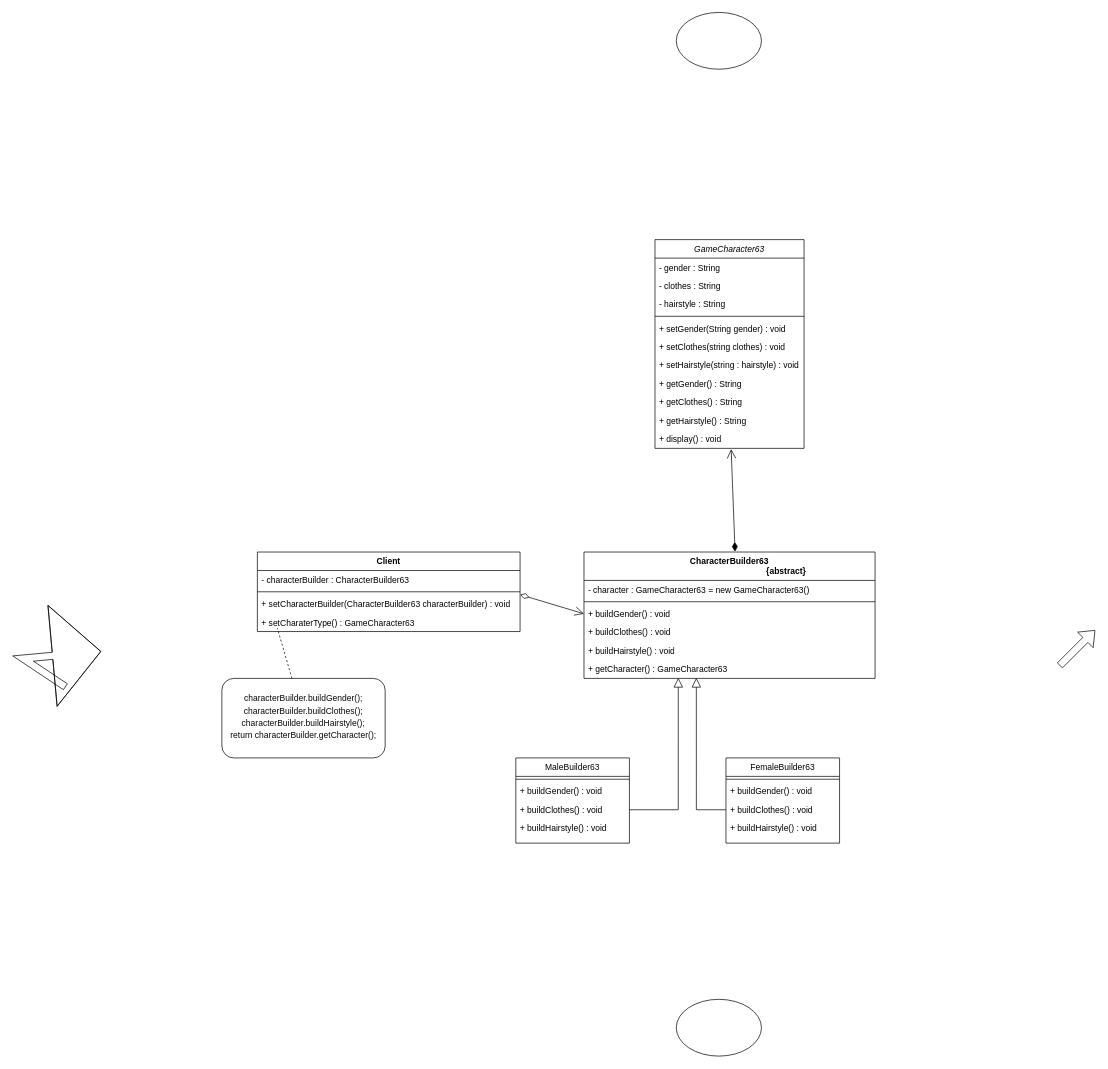
Earlier version of the draw.io diagram page "Page-1" (1 of 5) of 123.drawio (MyBozai/Java). Source tidied: cells renumbered, new cells numbered last; positions are measured from the earlier drawing's top-left corner, leaving out a move shared by most shapes. Both pictures are drawn from the tidied source at 71%, with x=0, y=0 at pixel (23, 12).
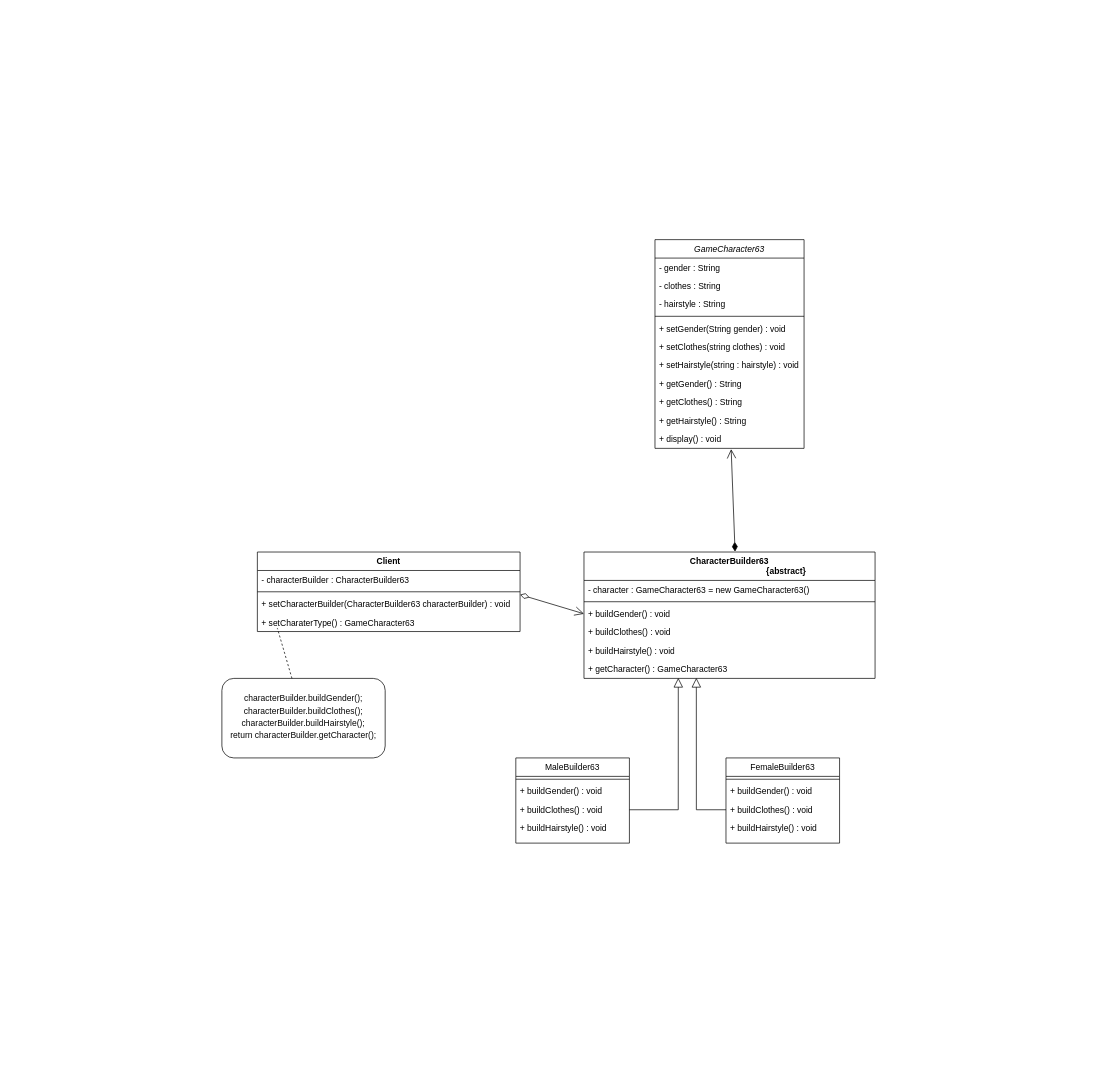
Above is the later version.

Change to the diagram source:
```diff
@@
-    <mxCell id="42" style="shape=flexArrow;endArrow=classic;html=1;rounded=0;" parent="1" edge="1">
-      <mxGeometry relative="1" as="geometry">
-        <mxPoint x="1460" y="920" as="sourcePoint" />
-        <mxPoint x="1510" y="870" as="targetPoint" />
-      </mxGeometry>
-    </mxCell>
-    <mxCell id="43" style="shape=flexArrow;endArrow=classic;html=1;rounded=0;endWidth=131.66666666666669;endSize=22.433333333333337;" parent="1" edge="1">
-      <mxGeometry relative="1" as="geometry">
-        <mxPoint x="60" y="950" as="sourcePoint" />
-        <mxPoint x="110" y="900" as="targetPoint" />
-        <Array as="points">
-          <mxPoint y="910" />
-        </Array>
-      </mxGeometry>
-    </mxCell>
-    <mxCell id="44" style="ellipse;whiteSpace=wrap;html=1;" parent="1" vertex="1">
-      <mxGeometry x="920" y="1390" width="120" height="80" as="geometry" />
-    </mxCell>
-    <mxCell id="45" style="ellipse;whiteSpace=wrap;html=1;" parent="1" vertex="1">
-      <mxGeometry x="920" width="120" height="80" as="geometry" />
-    </mxCell>
```
